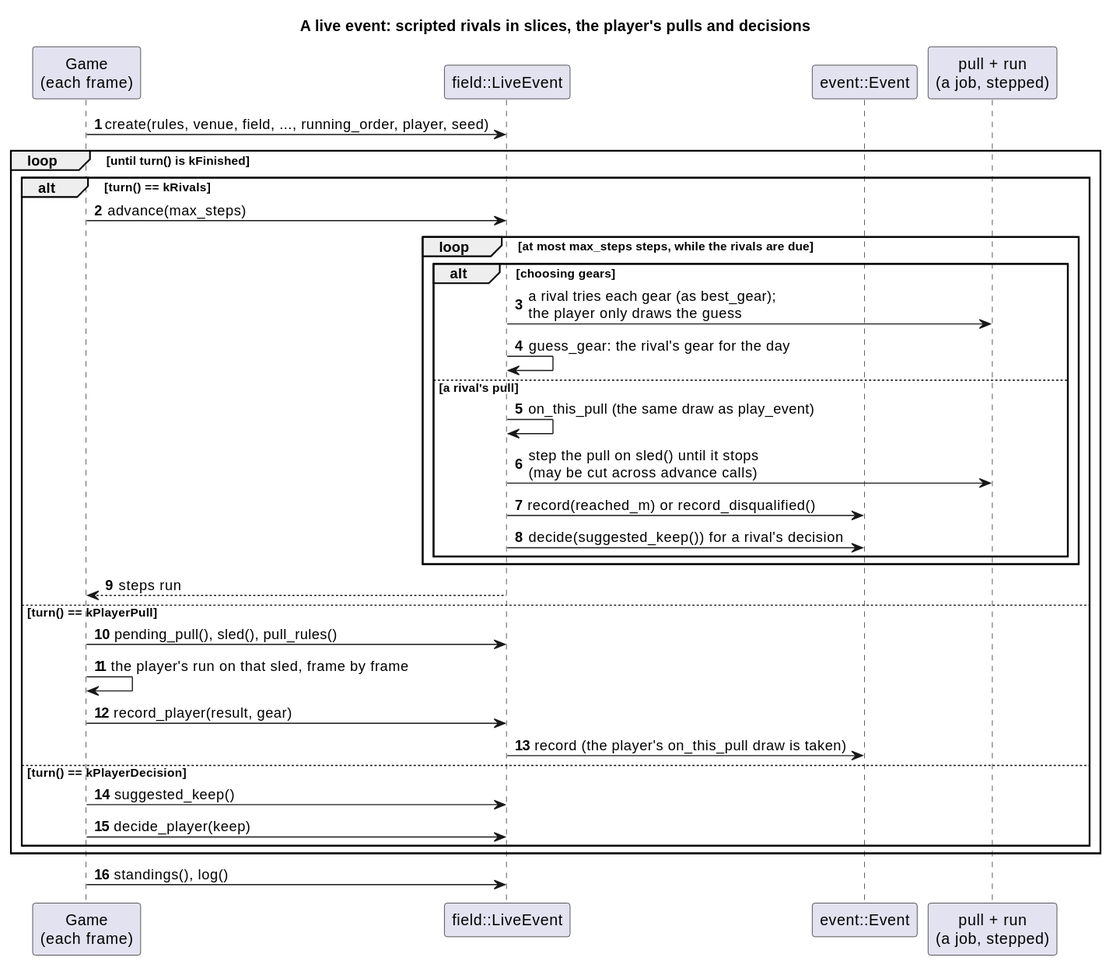
The PlantUML diagram docs/diagrams/svg/live_event_sequence.svg in wversteeg/TractorPulling, before a commit. The source it was exported from:
```plantuml
@startuml
title A live event: scripted rivals in slices, the player's pulls and decisions
autonumber
participant "Game\n(each frame)" as Game
participant "field::LiveEvent" as Live
participant "event::Event" as Event
participant "pull + run\n(a job, stepped)" as Run

Game -> Live : create(rules, venue, field, ..., running_order, player, seed)
loop until turn() is kFinished
  alt turn() == kRivals
    Game -> Live : advance(max_steps)
    loop at most max_steps steps, while the rivals are due
      alt choosing gears
        Live -> Run : a rival tries each gear (as best_gear);\nthe player only draws the guess
        Live -> Live : guess_gear: the rival's gear for the day
      else a rival's pull
        Live -> Live : on_this_pull (the same draw as play_event)
        Live -> Run : step the pull on sled() until it stops\n(may be cut across advance calls)
        Live -> Event : record(reached_m) or record_disqualified()
        Live -> Event : decide(suggested_keep()) for a rival's decision
      end
    end
    Live --> Game : steps run
  else turn() == kPlayerPull
    Game -> Live : pending_pull(), sled(), pull_rules()
    Game -> Game : the player's run on that sled, frame by frame
    Game -> Live : record_player(result, gear)
    Live -> Event : record (the player's on_this_pull draw is taken)
  else turn() == kPlayerDecision
    Game -> Live : suggested_keep()
    Game -> Live : decide_player(keep)
  end
end
Game -> Live : standings(), log()
@enduml
```
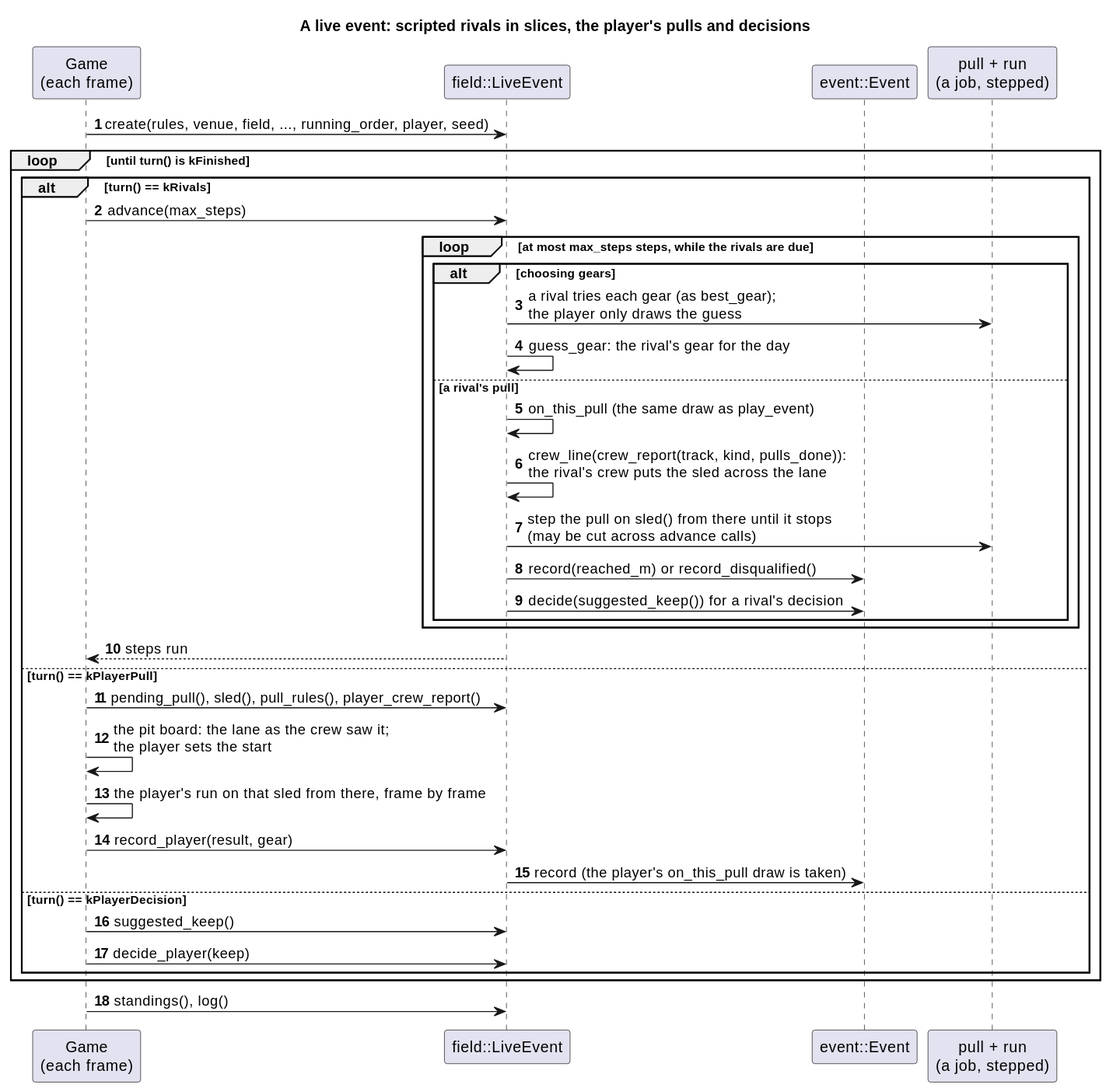
The same diagram one commit later.

Change to the diagram source:
```diff
@@ -16,15 +16,17 @@
         Live -> Live : guess_gear: the rival's gear for the day
       else a rival's pull
         Live -> Live : on_this_pull (the same draw as play_event)
-        Live -> Run : step the pull on sled() until it stops\n(may be cut across advance calls)
+        Live -> Live : crew_line(crew_report(track, kind, pulls_done)):\nthe rival's crew puts the sled across the lane
+        Live -> Run : step the pull on sled() from there until it stops\n(may be cut across advance calls)
         Live -> Event : record(reached_m) or record_disqualified()
         Live -> Event : decide(suggested_keep()) for a rival's decision
       end
     end
     Live --> Game : steps run
   else turn() == kPlayerPull
-    Game -> Live : pending_pull(), sled(), pull_rules()
-    Game -> Game : the player's run on that sled, frame by frame
+    Game -> Live : pending_pull(), sled(), pull_rules(), player_crew_report()
+    Game -> Game : the pit board: the lane as the crew saw it;\nthe player sets the start
+    Game -> Game : the player's run on that sled from there, frame by frame
     Game -> Live : record_player(result, gear)
     Live -> Event : record (the player's on_this_pull draw is taken)
   else turn() == kPlayerDecision
```
